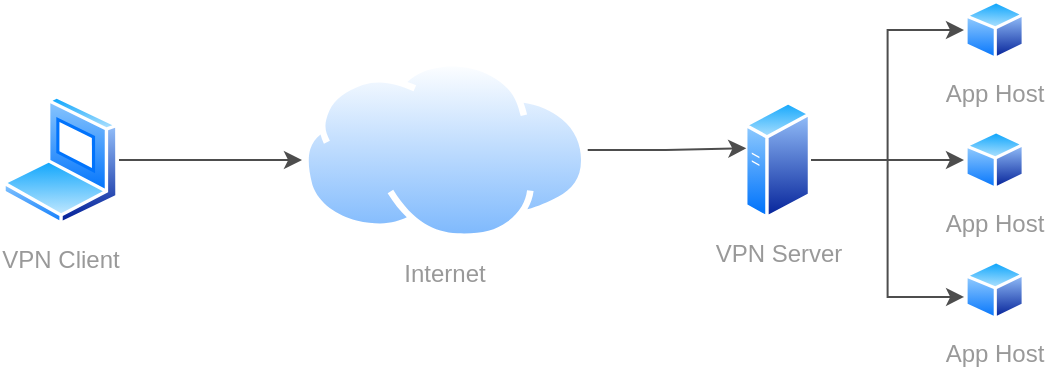
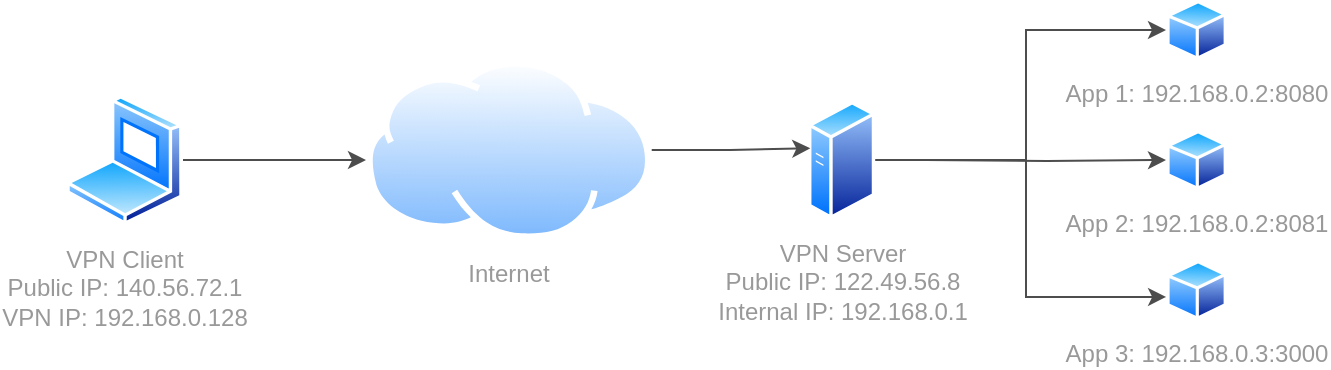
<mxfile host="app.diagrams.net" agent="Mozilla/5.0 (Windows NT 10.0; Win64; x64) AppleWebKit/537.36 (KHTML, like Gecko) Chrome/144.0.0.0 Safari/537.36 Edg/144.0.0.0" version="29.2.9">
  <diagram name="Page-1" id="oL3LUnaFerM0BOrbsi3p">
-     <mxGraphModel dx="1224" dy="1189" grid="1" gridSize="10" guides="1" tooltips="1" connect="1" arrows="1" fold="1" page="1" pageScale="1" pageWidth="1169" pageHeight="827" math="0" shadow="0">
+     <mxGraphModel dx="699" dy="679" grid="1" gridSize="10" guides="1" tooltips="1" connect="1" arrows="1" fold="1" page="1" pageScale="1" pageWidth="1169" pageHeight="827" math="0" shadow="0">
      <root>
        <mxCell id="0" />
        <mxCell id="1" parent="0" />
-         <mxCell id="eiM0vpI2SDL8AnYc-MX_-20" edge="1" parent="1" source="eiM0vpI2SDL8AnYc-MX_-6" style="edgeStyle=orthogonalEdgeStyle;rounded=0;orthogonalLoop=1;jettySize=auto;html=1;entryX=0;entryY=0.5;entryDx=0;entryDy=0;strokeColor=light-dark(#4D4D4D,#999999);fontColor=#999999;" target="eiM0vpI2SDL8AnYc-MX_-16">
-           <mxGeometry relative="1" as="geometry" />
+         <mxCell id="eiM0vpI2SDL8AnYc-MX_-20" edge="1" parent="1" style="edgeStyle=orthogonalEdgeStyle;rounded=0;orthogonalLoop=1;jettySize=auto;html=1;entryX=0;entryY=0.5;entryDx=0;entryDy=0;strokeColor=light-dark(#4D4D4D,#999999);fontColor=#999999;" target="eiM0vpI2SDL8AnYc-MX_-16">
+           <mxGeometry relative="1" as="geometry">
+             <Array as="points">
+               <mxPoint x="680" y="400" />
+               <mxPoint x="680" y="335" />
+             </Array>
+             <mxPoint x="629.9999999999999" y="400" as="sourcePoint" />
+           </mxGeometry>
        </mxCell>
-         <mxCell id="eiM0vpI2SDL8AnYc-MX_-21" edge="1" parent="1" source="eiM0vpI2SDL8AnYc-MX_-6" style="edgeStyle=orthogonalEdgeStyle;rounded=0;orthogonalLoop=1;jettySize=auto;html=1;entryX=0;entryY=0.5;entryDx=0;entryDy=0;strokeColor=light-dark(#4D4D4D,#999999);fontColor=#999999;" target="eiM0vpI2SDL8AnYc-MX_-18">
-           <mxGeometry relative="1" as="geometry" />
+         <mxCell id="eiM0vpI2SDL8AnYc-MX_-21" edge="1" parent="1" style="edgeStyle=orthogonalEdgeStyle;rounded=0;orthogonalLoop=1;jettySize=auto;html=1;entryX=0;entryY=0.5;entryDx=0;entryDy=0;strokeColor=light-dark(#4D4D4D,#999999);fontColor=#999999;" target="eiM0vpI2SDL8AnYc-MX_-18">
+           <mxGeometry relative="1" as="geometry">
+             <mxPoint x="629.9999999999999" y="400" as="sourcePoint" />
+           </mxGeometry>
        </mxCell>
-         <mxCell id="eiM0vpI2SDL8AnYc-MX_-6" parent="1" style="image;aspect=fixed;perimeter=ellipsePerimeter;html=1;align=center;shadow=0;dashed=0;spacingTop=3;image=img/lib/active_directory/generic_server.svg;strokeColor=light-dark(#000000,#999999);fontColor=#999999;" value="VPN Server" vertex="1">
+         <mxCell id="eiM0vpI2SDL8AnYc-MX_-6" parent="1" style="image;aspect=fixed;perimeter=ellipsePerimeter;html=1;align=center;shadow=0;dashed=0;spacingTop=3;image=img/lib/active_directory/generic_server.svg;strokeColor=light-dark(#000000,#999999);fontColor=#999999;" value="VPN Server&lt;div&gt;Public IP: 122.49.56.8&lt;/div&gt;&lt;div&gt;Internal IP: 192.168.0.1&lt;/div&gt;" vertex="1">
          <mxGeometry height="60" width="33.6" x="571" y="370" as="geometry" />
        </mxCell>
-         <mxCell id="eiM0vpI2SDL8AnYc-MX_-7" parent="1" style="image;aspect=fixed;perimeter=ellipsePerimeter;html=1;align=center;shadow=0;dashed=0;spacingTop=3;image=img/lib/active_directory/laptop_client.svg;strokeColor=light-dark(#000000,#999999);fontColor=#999999;" value="VPN Client" vertex="1">
+         <mxCell id="eiM0vpI2SDL8AnYc-MX_-7" parent="1" style="image;aspect=fixed;perimeter=ellipsePerimeter;html=1;align=center;shadow=0;dashed=0;spacingTop=3;image=img/lib/active_directory/laptop_client.svg;strokeColor=light-dark(#000000,#999999);fontColor=#999999;" value="VPN Client&lt;div&gt;Public&amp;nbsp;&lt;span style=&quot;background-color: light-dark(#ffffff, var(--ge-dark-color, #121212)); color: light-dark(rgb(153, 153, 153), rgb(106, 106, 106));&quot;&gt;IP: 140.56.72.1&lt;/span&gt;&lt;/div&gt;&lt;div&gt;&lt;span style=&quot;background-color: light-dark(#ffffff, var(--ge-dark-color, #121212)); color: light-dark(rgb(153, 153, 153), rgb(106, 106, 106));&quot;&gt;VPN IP: 192.168.0.128&lt;/span&gt;&lt;/div&gt;" vertex="1">
          <mxGeometry height="65" width="58.5" x="200" y="367.5" as="geometry" />
        </mxCell>
        <mxCell id="eiM0vpI2SDL8AnYc-MX_-9" parent="1" style="image;aspect=fixed;perimeter=ellipsePerimeter;html=1;align=center;shadow=0;dashed=0;spacingTop=3;image=img/lib/active_directory/internet_cloud.svg;strokeColor=light-dark(#000000,#999999);fontColor=#999999;" value="Internet" vertex="1">
          <mxGeometry height="90" width="142.86" x="350" y="350" as="geometry" />
        </mxCell>
        <mxCell id="eiM0vpI2SDL8AnYc-MX_-12" edge="1" parent="1" source="eiM0vpI2SDL8AnYc-MX_-7" style="edgeStyle=orthogonalEdgeStyle;rounded=0;orthogonalLoop=1;jettySize=auto;html=1;entryX=0;entryY=0.556;entryDx=0;entryDy=0;entryPerimeter=0;strokeColor=light-dark(#4D4D4D,#999999);fontColor=#999999;" target="eiM0vpI2SDL8AnYc-MX_-9">
          <mxGeometry relative="1" as="geometry" />
        </mxCell>
        <mxCell id="eiM0vpI2SDL8AnYc-MX_-13" edge="1" parent="1" source="eiM0vpI2SDL8AnYc-MX_-9" style="edgeStyle=orthogonalEdgeStyle;rounded=0;orthogonalLoop=1;jettySize=auto;html=1;entryX=0.034;entryY=0.403;entryDx=0;entryDy=0;entryPerimeter=0;strokeColor=light-dark(#4D4D4D,#999999);fontColor=#999999;" target="eiM0vpI2SDL8AnYc-MX_-6">
          <mxGeometry relative="1" as="geometry" />
        </mxCell>
-         <mxCell id="eiM0vpI2SDL8AnYc-MX_-16" parent="1" style="image;aspect=fixed;perimeter=ellipsePerimeter;html=1;align=center;shadow=0;dashed=0;spacingTop=3;image=img/lib/active_directory/generic_node.svg;strokeColor=light-dark(#000000,#999999);fontColor=#999999;" value="App Host" vertex="1">
-           <mxGeometry height="30" width="30.61" x="681" y="320" as="geometry" />
+         <mxCell id="eiM0vpI2SDL8AnYc-MX_-16" parent="1" style="image;aspect=fixed;perimeter=ellipsePerimeter;html=1;align=center;shadow=0;dashed=0;spacingTop=3;image=img/lib/active_directory/generic_node.svg;strokeColor=light-dark(#000000,#999999);fontColor=#999999;" value="App 1: 192.168.0.2:8080" vertex="1">
+           <mxGeometry height="30" width="30.61" x="750" y="320" as="geometry" />
        </mxCell>
-         <mxCell id="eiM0vpI2SDL8AnYc-MX_-18" parent="1" style="image;aspect=fixed;perimeter=ellipsePerimeter;html=1;align=center;shadow=0;dashed=0;spacingTop=3;image=img/lib/active_directory/generic_node.svg;strokeColor=light-dark(#000000,#999999);fontColor=#999999;" value="App Host" vertex="1">
-           <mxGeometry height="30" width="30.61" x="681" y="385" as="geometry" />
+         <mxCell id="eiM0vpI2SDL8AnYc-MX_-18" parent="1" style="image;aspect=fixed;perimeter=ellipsePerimeter;html=1;align=center;shadow=0;dashed=0;spacingTop=3;image=img/lib/active_directory/generic_node.svg;strokeColor=light-dark(#000000,#999999);fontColor=#999999;" value="App 2: 192.168.0.2:8081" vertex="1">
+           <mxGeometry height="30" width="30.61" x="750" y="385" as="geometry" />
        </mxCell>
-         <mxCell id="eiM0vpI2SDL8AnYc-MX_-19" parent="1" style="image;aspect=fixed;perimeter=ellipsePerimeter;html=1;align=center;shadow=0;dashed=0;spacingTop=3;image=img/lib/active_directory/generic_node.svg;strokeColor=light-dark(#000000,#999999);fontColor=#999999;" value="App Host" vertex="1">
-           <mxGeometry height="30" width="30.61" x="681" y="450" as="geometry" />
+         <mxCell id="eiM0vpI2SDL8AnYc-MX_-19" parent="1" style="image;aspect=fixed;perimeter=ellipsePerimeter;html=1;align=center;shadow=0;dashed=0;spacingTop=3;image=img/lib/active_directory/generic_node.svg;strokeColor=light-dark(#000000,#999999);fontColor=#999999;" value="App 3: 192.168.0.3:3000" vertex="1">
+           <mxGeometry height="30" width="30.61" x="750" y="450" as="geometry" />
        </mxCell>
-         <mxCell id="eiM0vpI2SDL8AnYc-MX_-22" edge="1" parent="1" source="eiM0vpI2SDL8AnYc-MX_-6" style="edgeStyle=orthogonalEdgeStyle;rounded=0;orthogonalLoop=1;jettySize=auto;html=1;entryX=0.002;entryY=0.616;entryDx=0;entryDy=0;entryPerimeter=0;strokeColor=light-dark(#4D4D4D,#999999);fontColor=#999999;" target="eiM0vpI2SDL8AnYc-MX_-19">
-           <mxGeometry relative="1" as="geometry" />
+         <mxCell id="eiM0vpI2SDL8AnYc-MX_-22" edge="1" parent="1" source="eiM0vpI2SDL8AnYc-MX_-6" style="edgeStyle=orthogonalEdgeStyle;rounded=0;orthogonalLoop=1;jettySize=auto;html=1;entryX=0.002;entryY=0.616;entryDx=0;entryDy=0;entryPerimeter=0;strokeColor=light-dark(#4D4D4D,#999999);fontColor=#999999;exitX=1;exitY=0.5;exitDx=0;exitDy=0;" target="eiM0vpI2SDL8AnYc-MX_-19">
+           <mxGeometry relative="1" as="geometry">
+             <Array as="points">
+               <mxPoint x="680" y="400" />
+               <mxPoint x="680" y="468" />
+             </Array>
+             <mxPoint x="629.9999999999999" y="400" as="sourcePoint" />
+           </mxGeometry>
        </mxCell>
      </root>
    </mxGraphModel>
  </diagram>
</mxfile>
